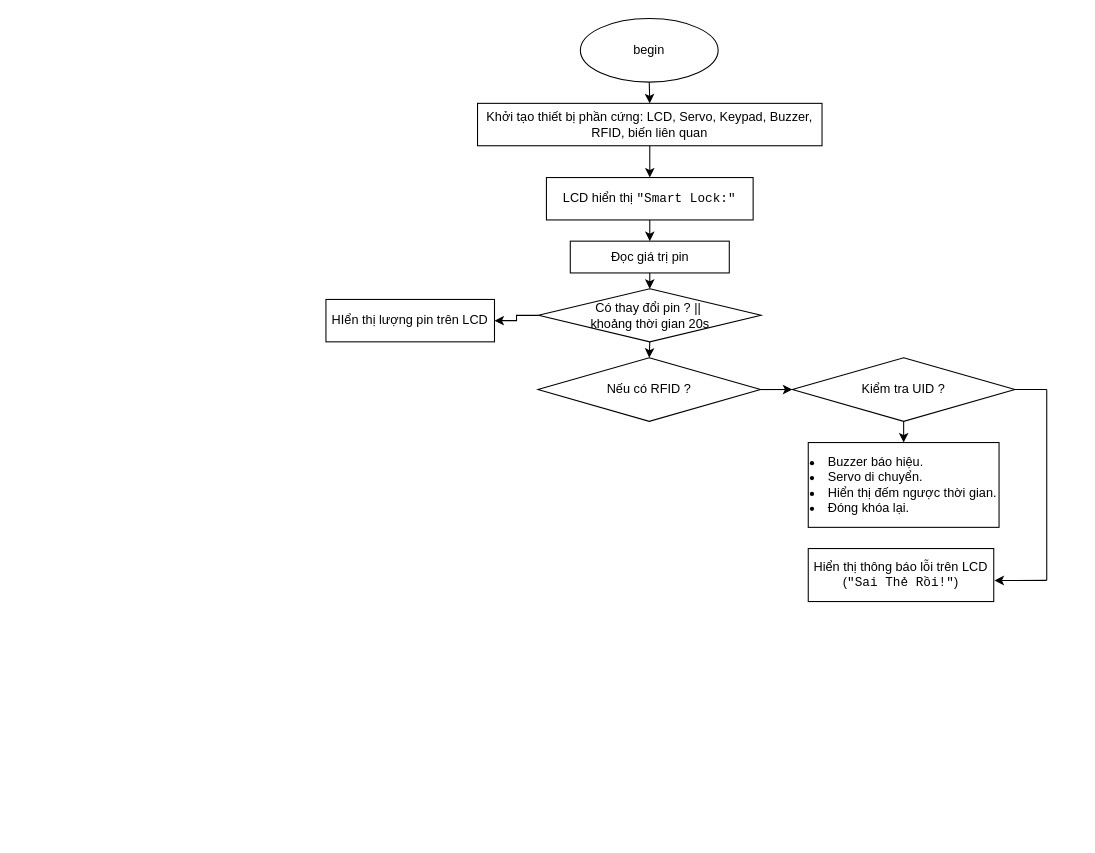
Before: page "Page-2" (2 of 2) of home.drawio in 106210049/Smart-home, a draw.io diagram. Source tidied: cells renumbered, new cells numbered last; positions are measured from the earlier drawing's top-left corner, leaving out a move shared by most shapes. Both pictures are drawn from the tidied source at 106%, with x=0, y=0 at pixel (325, 18).
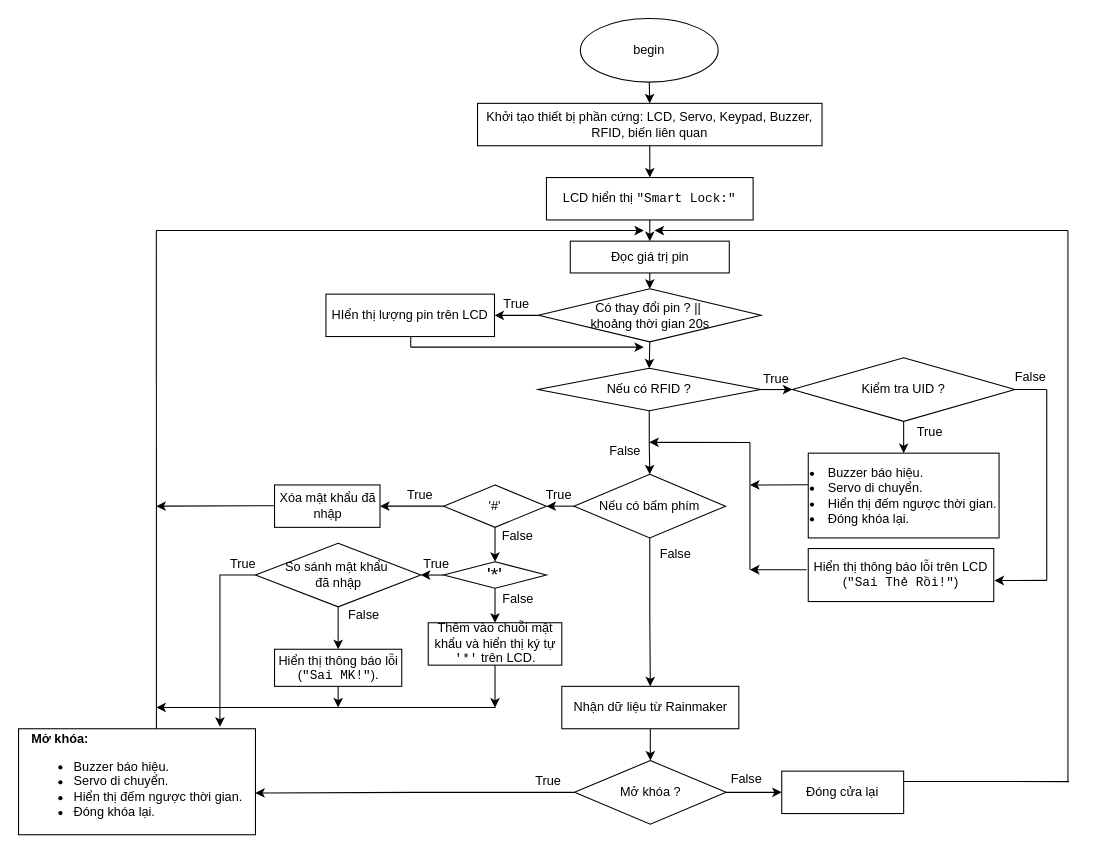
The same diagram, later.

Unchanged cells that the change refers to:
```xml
<mxCell id="17" value="Kiểm tra&amp;nbsp;UID ?" style="rhombus;whiteSpace=wrap;html=1;" parent="1" vertex="1">
  <mxGeometry x="440" y="320" width="210" height="60" as="geometry" />
</mxCell>
```

The edit, as a diff of the source:
```diff
@@
     <mxCell id="13" value="HIển thị lượng pin trên LCD" style="rounded=0;whiteSpace=wrap;html=1;" parent="1" vertex="1">
-      <mxGeometry y="265" width="159" height="40" as="geometry" />
+      <mxGeometry y="260" width="159" height="40" as="geometry" />
     </mxCell>
     <mxCell id="14" style="edgeStyle=orthogonalEdgeStyle;rounded=0;jettySize=auto;html=1;exitX=1;exitY=0.5;exitDx=0;exitDy=0;entryX=0;entryY=0.5;entryDx=0;entryDy=0;" parent="1" edge="1" source="15" target="17">
-      <mxGeometry relative="1" as="geometry" />
+      <mxGeometry relative="1" as="geometry">
+        <Array as="points">
+          <mxPoint x="410" y="350" />
+        </Array>
+      </mxGeometry>
     </mxCell>
+    <mxCell id="23" style="edgeStyle=orthogonalEdgeStyle;rounded=0;jettySize=auto;html=1;exitX=0.5;exitY=1;exitDx=0;exitDy=0;entryX=0.5;entryY=0;entryDx=0;entryDy=0;" parent="1" edge="1" source="15" target="30">
+      <mxGeometry relative="1" as="geometry" />
+    </mxCell>
     <mxCell id="15" value="Nếu có RFID ?" style="rhombus;whiteSpace=wrap;html=1;" parent="1" vertex="1">
-      <mxGeometry x="200" y="320" width="210" height="60" as="geometry" />
+      <mxGeometry x="200" y="330" width="210" height="40" as="geometry" />
     </mxCell>
@@
     <mxCell id="18" value="&lt;li style=&quot;text-align: justify;&quot;&gt;Buzzer báo hiệu.&lt;/li&gt;&lt;li style=&quot;text-align: justify;&quot;&gt;Servo di chuyển.&lt;/li&gt;&lt;li style=&quot;text-align: justify;&quot;&gt;Hiển thị đếm ngược thời gian.&lt;/li&gt;&lt;li style=&quot;text-align: justify;&quot;&gt;Đóng khóa lại.&lt;/li&gt;" style="rounded=0;whiteSpace=wrap;html=1;" parent="1" vertex="1">
-      <mxGeometry x="455" y="400" width="180" height="80" as="geometry" />
+      <mxGeometry x="455" y="410" width="180" height="80" as="geometry" />
     </mxCell>
@@
+    <mxCell id="24" value="True" style="text;strokeColor=none;align=center;fillColor=none;html=1;verticalAlign=middle;whiteSpace=wrap;rounded=0;" parent="1" vertex="1">
+      <mxGeometry x="150" y="260" width="60" height="20" as="geometry" />
+    </mxCell>
+    <mxCell id="25" value="True" style="text;strokeColor=none;align=center;fillColor=none;html=1;verticalAlign=middle;whiteSpace=wrap;rounded=0;" parent="1" vertex="1">
+      <mxGeometry x="540" y="380" width="60" height="20" as="geometry" />
+    </mxCell>
+    <mxCell id="26" value="True" style="text;strokeColor=none;align=center;fillColor=none;html=1;verticalAlign=middle;whiteSpace=wrap;rounded=0;" parent="1" vertex="1">
+      <mxGeometry x="395" y="330" width="60" height="20" as="geometry" />
+    </mxCell>
+    <mxCell id="27" value="False" style="text;strokeColor=none;align=center;fillColor=none;html=1;verticalAlign=middle;whiteSpace=wrap;rounded=0;" parent="1" vertex="1">
+      <mxGeometry x="635" y="330" width="60" height="15" as="geometry" />
+    </mxCell>
+    <mxCell id="28" style="edgeStyle=orthogonalEdgeStyle;rounded=0;jettySize=auto;html=1;exitX=0;exitY=0.5;exitDx=0;exitDy=0;entryX=1;entryY=0.5;entryDx=0;entryDy=0;" parent="1" edge="1" source="30" target="37">
+      <mxGeometry relative="1" as="geometry" />
+    </mxCell>
+    <mxCell id="29" style="edgeStyle=orthogonalEdgeStyle;rounded=0;jettySize=auto;html=1;exitX=0.5;exitY=1;exitDx=0;exitDy=0;entryX=0.5;entryY=0;entryDx=0;entryDy=0;" parent="1" edge="1" source="30" target="58">
+      <mxGeometry relative="1" as="geometry" />
+    </mxCell>
+    <mxCell id="30" value="Nếu có bấm phím" style="rhombus;whiteSpace=wrap;html=1;" parent="1" vertex="1">
+      <mxGeometry x="234" y="430" width="143" height="60" as="geometry" />
+    </mxCell>
+    <mxCell id="31" style="endArrow=none;html=1;rounded=0;" parent="1" edge="1">
+      <mxGeometry relative="1" as="geometry">
+        <mxPoint x="400" y="520" as="sourcePoint" />
+        <mxPoint x="400" y="400" as="targetPoint" />
+      </mxGeometry>
+    </mxCell>
+    <mxCell id="32" style="endArrow=classic;html=1;rounded=0;" parent="1" edge="1">
+      <mxGeometry relative="1" as="geometry">
+        <mxPoint x="400" y="400" as="sourcePoint" />
+        <mxPoint x="305" y="399.8" as="targetPoint" />
+      </mxGeometry>
+    </mxCell>
+    <mxCell id="33" style="endArrow=classic;html=1;rounded=0;" parent="1" edge="1">
+      <mxGeometry relative="1" as="geometry">
+        <mxPoint x="453.5" y="520" as="sourcePoint" />
+        <mxPoint x="400" y="520" as="targetPoint" />
+      </mxGeometry>
+    </mxCell>
+    <mxCell id="34" style="endArrow=classic;html=1;rounded=0;exitX=-0.002;exitY=0.373;exitDx=0;exitDy=0;exitPerimeter=0;" parent="1" edge="1" source="18">
+      <mxGeometry relative="1" as="geometry">
+        <mxPoint x="400" y="440" as="targetPoint" />
+      </mxGeometry>
+    </mxCell>
+    <mxCell id="35" style="edgeStyle=orthogonalEdgeStyle;rounded=0;jettySize=auto;html=1;exitX=0;exitY=0.5;exitDx=0;exitDy=0;entryX=1;entryY=0.5;entryDx=0;entryDy=0;" parent="1" edge="1" source="37" target="38">
+      <mxGeometry relative="1" as="geometry" />
+    </mxCell>
+    <mxCell id="36" style="edgeStyle=orthogonalEdgeStyle;rounded=0;jettySize=auto;html=1;exitX=0.5;exitY=1;exitDx=0;exitDy=0;entryX=0.5;entryY=0;entryDx=0;entryDy=0;" parent="1" edge="1" source="37" target="42">
+      <mxGeometry relative="1" as="geometry" />
+    </mxCell>
+    <mxCell id="37" value="'#'" style="rhombus;whiteSpace=wrap;html=1;" parent="1" vertex="1">
+      <mxGeometry x="111" y="440" width="97" height="40" as="geometry" />
+    </mxCell>
+    <mxCell id="38" value="Xóa mật khẩu đã nhập" style="rounded=0;whiteSpace=wrap;html=1;" parent="1" vertex="1">
+      <mxGeometry x="-48.5" y="440" width="99.5" height="40" as="geometry" />
+    </mxCell>
+    <mxCell id="39" value="True" style="text;strokeColor=none;align=center;fillColor=none;html=1;verticalAlign=middle;whiteSpace=wrap;rounded=0;" parent="1" vertex="1">
+      <mxGeometry x="59" y="440" width="60" height="20" as="geometry" />
+    </mxCell>
+    <mxCell id="40" style="edgeStyle=orthogonalEdgeStyle;rounded=0;jettySize=auto;html=1;exitX=0;exitY=0.5;exitDx=0;exitDy=0;entryX=1;entryY=0.5;entryDx=0;entryDy=0;" parent="1" edge="1" source="42" target="45">
+      <mxGeometry relative="1" as="geometry" />
+    </mxCell>
+    <mxCell id="41" style="edgeStyle=orthogonalEdgeStyle;rounded=0;jettySize=auto;html=1;exitX=0.5;exitY=1;exitDx=0;exitDy=0;entryX=0.5;entryY=0;entryDx=0;entryDy=0;" parent="1" edge="1" source="42" target="55">
+      <mxGeometry relative="1" as="geometry" />
+    </mxCell>
+    <mxCell id="42" value="&lt;font style=&quot;font-size: 18px;&quot;&gt;'*'&lt;/font&gt;" style="rhombus;whiteSpace=wrap;html=1;" parent="1" vertex="1">
+      <mxGeometry x="111" y="512.5" width="97" height="25" as="geometry" />
+    </mxCell>
+    <mxCell id="43" value="False" style="text;strokeColor=none;align=center;fillColor=none;html=1;verticalAlign=middle;whiteSpace=wrap;rounded=0;" parent="1" vertex="1">
+      <mxGeometry x="161" y="480" width="39.5" height="15" as="geometry" />
+    </mxCell>
+    <mxCell id="44" style="edgeStyle=orthogonalEdgeStyle;rounded=0;jettySize=auto;html=1;exitX=0.5;exitY=1;exitDx=0;exitDy=0;entryX=0.5;entryY=0;entryDx=0;entryDy=0;" parent="1" edge="1" source="45" target="50">
+      <mxGeometry relative="1" as="geometry" />
+    </mxCell>
+    <mxCell id="45" value="So sánh mật khẩu&amp;nbsp;&lt;div&gt;đã nhập&lt;/div&gt;" style="rhombus;whiteSpace=wrap;html=1;" parent="1" vertex="1">
+      <mxGeometry x="-66.5" y="495" width="156" height="60" as="geometry" />
+    </mxCell>
+    <mxCell id="46" value="True" style="text;strokeColor=none;align=center;fillColor=none;html=1;verticalAlign=middle;whiteSpace=wrap;rounded=0;" parent="1" vertex="1">
+      <mxGeometry x="80" y="505" width="49" height="20" as="geometry" />
+    </mxCell>
+    <mxCell id="47" value="&lt;div style=&quot;text-align: justify;&quot;&gt;&lt;strong style=&quot;background-color: initial;&quot;&gt;Mở khóa:&lt;/strong&gt;&lt;/div&gt;&lt;ul&gt;&lt;li style=&quot;text-align: justify;&quot;&gt;Buzzer báo hiệu.&lt;/li&gt;&lt;li style=&quot;text-align: justify;&quot;&gt;Servo di chuyển.&lt;/li&gt;&lt;li style=&quot;text-align: justify;&quot;&gt;Hiển thị đếm ngược thời gian.&lt;/li&gt;&lt;li style=&quot;text-align: justify;&quot;&gt;Đóng khóa lại.&lt;/li&gt;&lt;/ul&gt;" style="rounded=0;whiteSpace=wrap;html=1;" parent="1" vertex="1">
+      <mxGeometry x="-290" y="670" width="223.5" height="100" as="geometry" />
+    </mxCell>
+    <mxCell id="48" value="True" style="text;strokeColor=none;align=center;fillColor=none;html=1;verticalAlign=middle;whiteSpace=wrap;rounded=0;" parent="1" vertex="1">
+      <mxGeometry x="-108.5" y="505" width="60" height="20" as="geometry" />
+    </mxCell>
+    <mxCell id="49" style="edgeStyle=orthogonalEdgeStyle;rounded=0;jettySize=auto;html=1;exitX=0.5;exitY=1;exitDx=0;exitDy=0;" parent="1" edge="1" source="50">
+      <mxGeometry relative="1" as="geometry">
+        <mxPoint x="11.5" y="650" as="targetPoint" />
+      </mxGeometry>
+    </mxCell>
+    <mxCell id="50" value="Hiển thị thông báo lỗi (&lt;code&gt;&quot;Sai MK!&quot;&lt;/code&gt;)." style="rounded=0;whiteSpace=wrap;html=1;" parent="1" vertex="1">
+      <mxGeometry x="-48.5" y="595" width="120" height="35" as="geometry" />
+    </mxCell>
+    <mxCell id="51" value="False" style="text;strokeColor=none;align=center;fillColor=none;html=1;verticalAlign=middle;whiteSpace=wrap;rounded=0;" parent="1" vertex="1">
+      <mxGeometry x="6.2" y="555" width="60" height="15" as="geometry" />
+    </mxCell>
+    <mxCell id="52" value="False" style="text;strokeColor=none;align=center;fillColor=none;html=1;verticalAlign=middle;whiteSpace=wrap;rounded=0;" parent="1" vertex="1">
+      <mxGeometry x="260" y="400" width="45" height="15" as="geometry" />
+    </mxCell>
+    <mxCell id="53" value="True" style="text;strokeColor=none;align=center;fillColor=none;html=1;verticalAlign=middle;whiteSpace=wrap;rounded=0;" parent="1" vertex="1">
+      <mxGeometry x="190" y="440" width="60" height="20" as="geometry" />
+    </mxCell>
+    <mxCell id="54" style="edgeStyle=orthogonalEdgeStyle;rounded=0;jettySize=auto;html=1;exitX=0.5;exitY=1;exitDx=0;exitDy=0;" parent="1" edge="1" source="55">
+      <mxGeometry relative="1" as="geometry">
+        <mxPoint x="159.5" y="650.1" as="targetPoint" />
+      </mxGeometry>
+    </mxCell>
+    <mxCell id="55" value="Thêm vào chuỗi mật khẩu và hiển thị ký tự &lt;code&gt;'*'&lt;/code&gt; trên LCD." style="rounded=0;whiteSpace=wrap;html=1;" parent="1" vertex="1">
+      <mxGeometry x="96.5" y="570" width="126" height="40" as="geometry" />
+    </mxCell>
+    <mxCell id="56" value="False" style="text;strokeColor=none;align=center;fillColor=none;html=1;verticalAlign=middle;whiteSpace=wrap;rounded=0;" parent="1" vertex="1">
+      <mxGeometry x="159" y="540" width="45" height="15" as="geometry" />
+    </mxCell>
+    <mxCell id="57" style="edgeStyle=orthogonalEdgeStyle;rounded=0;jettySize=auto;html=1;exitX=0.5;exitY=1;exitDx=0;exitDy=0;entryX=0.5;entryY=0;entryDx=0;entryDy=0;" parent="1" edge="1" source="58" target="60">
+      <mxGeometry relative="1" as="geometry" />
+    </mxCell>
+    <mxCell id="58" value="Nhận dữ liệu từ Rainmaker" style="rounded=0;whiteSpace=wrap;html=1;" parent="1" vertex="1">
+      <mxGeometry x="222.5" y="630" width="167" height="40" as="geometry" />
+    </mxCell>
+    <mxCell id="59" style="edgeStyle=orthogonalEdgeStyle;rounded=0;jettySize=auto;html=1;exitX=1;exitY=0.5;exitDx=0;exitDy=0;entryX=0;entryY=0.5;entryDx=0;entryDy=0;" parent="1" edge="1" source="60" target="62">
+      <mxGeometry relative="1" as="geometry" />
+    </mxCell>
+    <mxCell id="60" value="Mở khóa ?" style="rhombus;whiteSpace=wrap;html=1;" parent="1" vertex="1">
+      <mxGeometry x="234.5" y="700" width="143" height="60" as="geometry" />
+    </mxCell>
+    <mxCell id="61" value="True" style="text;strokeColor=none;align=center;fillColor=none;html=1;verticalAlign=middle;whiteSpace=wrap;rounded=0;" parent="1" vertex="1">
+      <mxGeometry x="190" y="710" width="40" height="20" as="geometry" />
+    </mxCell>
+    <mxCell id="62" value="Đóng cửa lại" style="rounded=0;whiteSpace=wrap;html=1;" parent="1" vertex="1">
+      <mxGeometry x="430" y="710" width="115" height="40" as="geometry" />
+    </mxCell>
+    <mxCell id="63" value="False" style="text;strokeColor=none;align=center;fillColor=none;html=1;verticalAlign=middle;whiteSpace=wrap;rounded=0;" parent="1" vertex="1">
+      <mxGeometry x="377" y="710" width="39.5" height="15" as="geometry" />
+    </mxCell>
+    <mxCell id="64" style="endArrow=classic;html=1;rounded=0;" parent="1" edge="1">
+      <mxGeometry relative="1" as="geometry">
+        <mxPoint x="-160" y="200" as="sourcePoint" />
+        <mxPoint x="300" y="200" as="targetPoint" />
+      </mxGeometry>
+    </mxCell>
+    <mxCell id="65" style="endArrow=none;html=1;rounded=0;" parent="1" edge="1">
+      <mxGeometry relative="1" as="geometry">
+        <mxPoint x="545" y="719.7" as="sourcePoint" />
+        <mxPoint x="701" y="719.9" as="targetPoint" />
+      </mxGeometry>
+    </mxCell>
+    <mxCell id="66" style="endArrow=none;html=1;rounded=0;" parent="1" edge="1">
+      <mxGeometry relative="1" as="geometry">
+        <mxPoint x="700" y="720" as="sourcePoint" />
+        <mxPoint x="700" y="200" as="targetPoint" />
+      </mxGeometry>
+    </mxCell>
+    <mxCell id="67" style="endArrow=classic;html=1;rounded=0;" parent="1" edge="1">
+      <mxGeometry relative="1" as="geometry">
+        <mxPoint x="700" y="200" as="sourcePoint" />
+        <mxPoint x="310" y="200" as="targetPoint" />
+      </mxGeometry>
+    </mxCell>
+    <mxCell id="68" style="endArrow=none;html=1;rounded=0;exitX=0.582;exitY=0;exitDx=0;exitDy=0;exitPerimeter=0;" parent="1" edge="1" source="47">
+      <mxGeometry relative="1" as="geometry">
+        <mxPoint x="-160" y="200" as="targetPoint" />
+      </mxGeometry>
+    </mxCell>
+    <mxCell id="69" style="edgeStyle=orthogonalEdgeStyle;rounded=0;jettySize=auto;html=1;exitX=0;exitY=0.5;exitDx=0;exitDy=0;entryX=0.85;entryY=-0.019;entryDx=0;entryDy=0;entryPerimeter=0;" parent="1" edge="1" source="45" target="47">
+      <mxGeometry relative="1" as="geometry" />
+    </mxCell>
+    <mxCell id="70" style="edgeStyle=orthogonalEdgeStyle;rounded=0;jettySize=auto;html=1;entryX=0.999;entryY=0.606;entryDx=0;entryDy=0;entryPerimeter=0;" parent="1" edge="1" source="60" target="47">
+      <mxGeometry relative="1" as="geometry" />
+    </mxCell>
+    <mxCell id="71" style="endArrow=classic;html=1;rounded=0;" parent="1" edge="1">
+      <mxGeometry relative="1" as="geometry">
+        <mxPoint x="-48.5" y="459.6" as="sourcePoint" />
+        <mxPoint x="-160" y="460" as="targetPoint" />
+      </mxGeometry>
+    </mxCell>
+    <mxCell id="72" style="endArrow=none;html=1;rounded=0;" parent="1" edge="1">
+      <mxGeometry relative="1" as="geometry">
+        <mxPoint x="80" y="310" as="sourcePoint" />
+        <mxPoint x="80" y="300" as="targetPoint" />
+      </mxGeometry>
+    </mxCell>
+    <mxCell id="73" style="endArrow=classic;html=1;rounded=0;" parent="1" edge="1">
+      <mxGeometry relative="1" as="geometry">
+        <mxPoint x="80" y="310" as="sourcePoint" />
+        <mxPoint x="300" y="310" as="targetPoint" />
+      </mxGeometry>
+    </mxCell>
+    <mxCell id="74" value="False" style="text;strokeColor=none;align=center;fillColor=none;html=1;verticalAlign=middle;whiteSpace=wrap;rounded=0;" parent="1" vertex="1">
+      <mxGeometry x="300" y="495" width="60" height="20" as="geometry" />
+    </mxCell>
+    <mxCell id="75" style="endArrow=classic;html=1;rounded=0;" parent="1" edge="1">
+      <mxGeometry relative="1" as="geometry">
+        <mxPoint x="160" y="650" as="sourcePoint" />
+        <mxPoint x="-160" y="649.9" as="targetPoint" />
+      </mxGeometry>
+    </mxCell>
```
